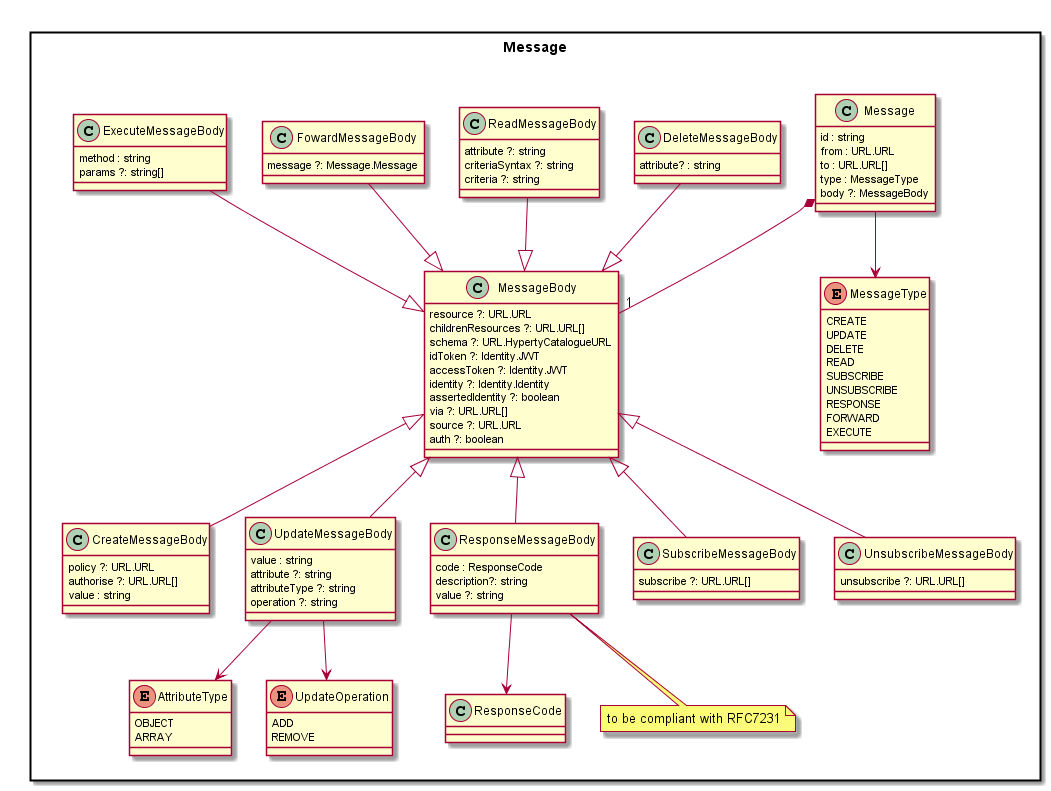
Earlier version of the PlantUML export docs/datamodel/core/message/Message-Data-Model.png (reTHINK-project/dev-service-framework).
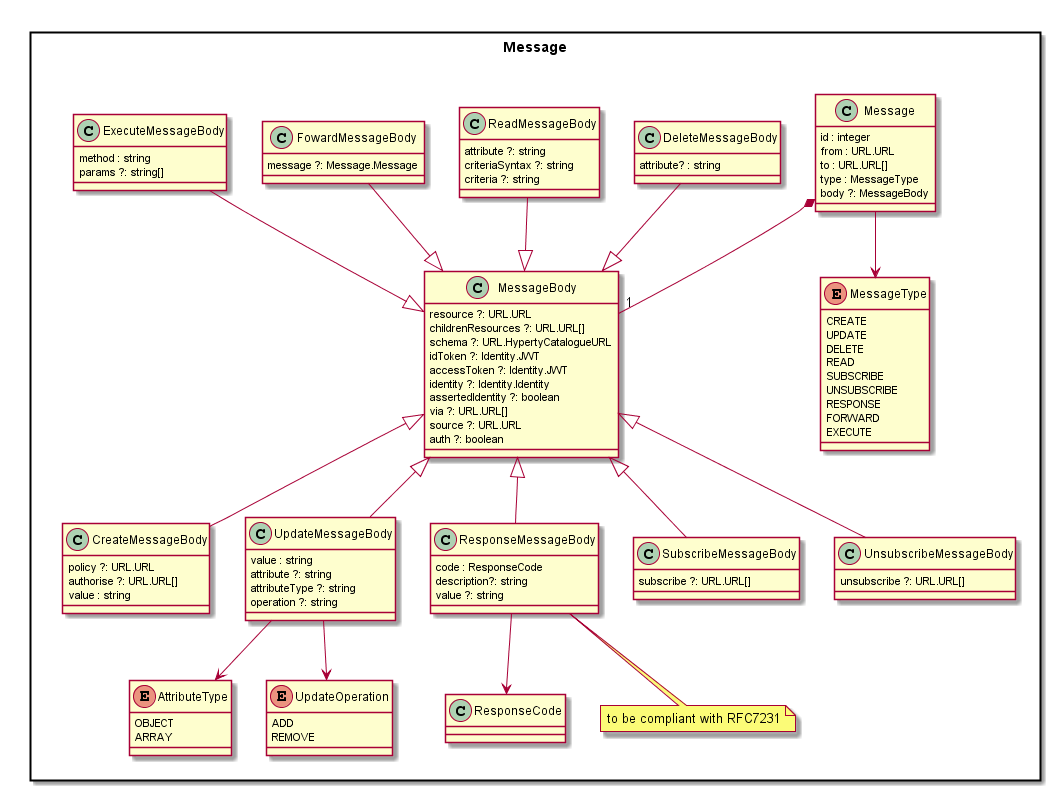
After the change.

Diff of the diagram source:
```diff
@@ -3,7 +3,7 @@
 package Message <<Rect>> {
 
 	class Message {
-		id : string
+		id : integer
 		from : URL.URL
 		to : URL.URL[]
 		type : MessageType
```
